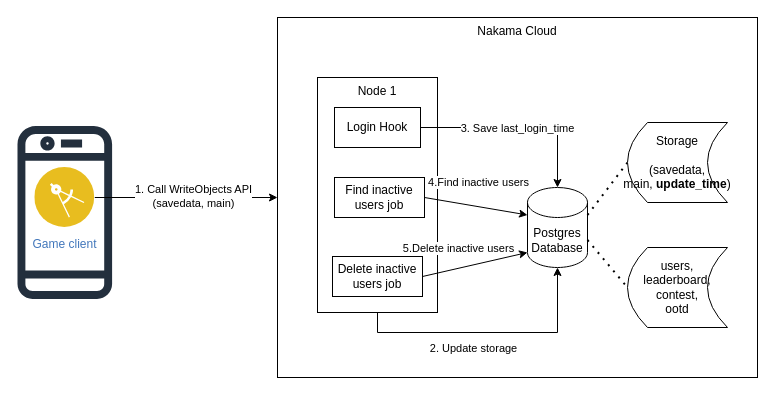
yaohuiwu/SimpleFS keeps this draw.io diagram as Delete long term inactive users.drawio. Above is the earlier version. Source tidied: cells renumbered, new cells numbered last; positions are measured from the earlier drawing's top-left corner, leaving out a move shared by most shapes. Both pictures are drawn from the tidied source at 100%, with x=0, y=0 at pixel (17, 17).
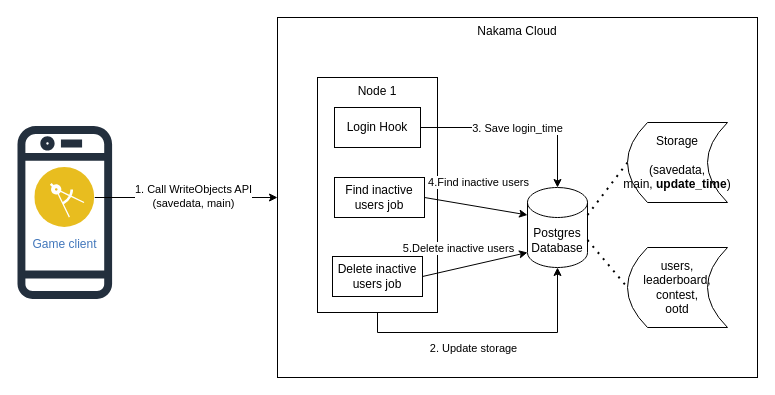
Above is the later version.

The change refers to these unchanged cells:
```xml
<mxCell id="22" style="edgeStyle=orthogonalEdgeStyle;rounded=0;jettySize=auto;html=1;exitX=1;exitY=0.5;exitDx=0;exitDy=0;entryX=0.5;entryY=0;entryDx=0;entryDy=0;entryPerimeter=0;" parent="1" edge="1" source="21" target="7">
  <mxGeometry relative="1" as="geometry" />
</mxCell>
```

Diff of the diagram source:
```diff
@@
-    <mxCell id="23" value="3. Save last_login_time" style="edgeLabel;html=1;align=center;verticalAlign=middle;" parent="22" vertex="1">
+    <mxCell id="23" value="3. Save login_time" style="edgeLabel;html=1;align=center;verticalAlign=middle;" parent="22" vertex="1">
       <mxGeometry x="-0.03" relative="1" as="geometry" />
     </mxCell>
```
